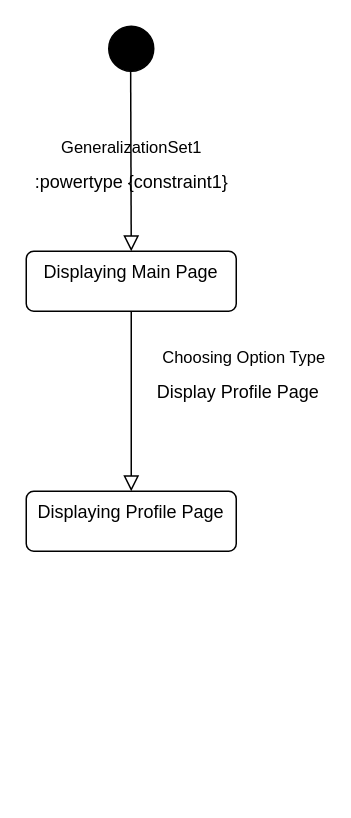
This is Use Case 1.drawio from AbdulmoizTalpur/Tutorial-week-3, a draw.io file, before an edit. Source tidied: cells renumbered, new cells numbered last; positions are measured from the earlier drawing's top-left corner, leaving out a move shared by most shapes. Both pictures are drawn from the tidied source at 150%, with x=0, y=0 at pixel (26, 26).
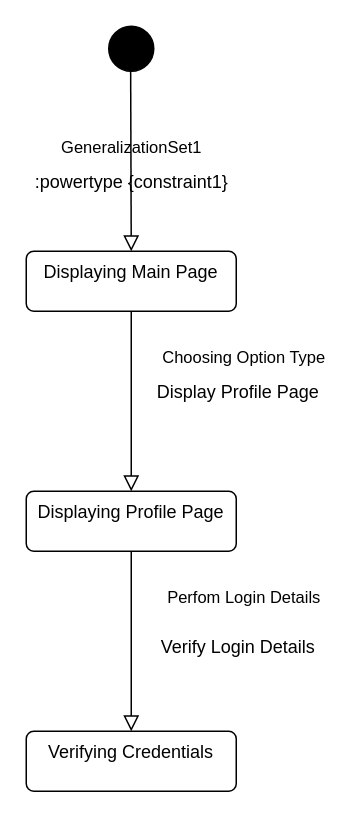
Above is the later version.

Diff of the diagram source:
```diff
@@
 <mxGraphModel>
   <root>
     <mxCell id="0" />
     <mxCell id="1" parent="0" />
     <mxCell id="2" style="ellipse;fillColor=strokeColor;html=1;" parent="1" vertex="1">
       <mxGeometry x="55" width="30" height="30" as="geometry" />
     </mxCell>
     <mxCell id="3" value="GeneralizationSet1" style="endArrow=block;html=1;rounded=0;align=center;verticalAlign=bottom;endFill=0;labelBackgroundColor=none;endSize=8;exitX=0.5;exitY=1;exitDx=0;exitDy=0;" parent="1" edge="1">
       <mxGeometry relative="1" as="geometry">
         <mxPoint x="69.6" y="30" as="sourcePoint" />
         <mxPoint x="70" y="150" as="targetPoint" />
       </mxGeometry>
     </mxCell>
     <mxCell id="4" value=":powertype {constraint1}" style="html=1;align=center;verticalAlign=top;labelBackgroundColor=none;" parent="3" vertex="1">
       <mxGeometry relative="1" as="geometry" />
     </mxCell>
     <mxCell id="5" value="Displaying Main Page" style="html=1;align=center;verticalAlign=top;rounded=1;absoluteArcSize=1;arcSize=10;dashed=0;whiteSpace=wrap;" parent="1" vertex="1">
       <mxGeometry y="150" width="140" height="40" as="geometry" />
     </mxCell>
     <mxCell id="6" value="Displaying Profile Page" style="html=1;align=center;verticalAlign=top;rounded=1;absoluteArcSize=1;arcSize=10;dashed=0;whiteSpace=wrap;" parent="1" vertex="1">
       <mxGeometry y="310" width="140" height="40" as="geometry" />
     </mxCell>
     <mxCell id="7" value="Choosing Option Type" style="endArrow=block;html=1;rounded=0;align=center;verticalAlign=bottom;endFill=0;labelBackgroundColor=none;endSize=8;exitX=0.5;exitY=1;exitDx=0;exitDy=0;entryX=0.5;entryY=0;entryDx=0;entryDy=0;" parent="1" edge="1" source="5" target="6">
       <mxGeometry x="-0.33" y="75" relative="1" as="geometry" />
     </mxCell>
     <mxCell id="8" value="Display Profile Page" style="html=1;align=center;verticalAlign=top;labelBackgroundColor=none;" parent="7" vertex="1">
       <mxGeometry relative="1" as="geometry">
         <mxPoint x="70" y="-20" as="offset" />
       </mxGeometry>
     </mxCell>
+    <mxCell id="9" value="Perfom Login Details" style="endArrow=block;html=1;rounded=0;align=center;verticalAlign=bottom;endFill=0;labelBackgroundColor=none;endSize=8;exitX=0.5;exitY=1;exitDx=0;exitDy=0;entryX=0.5;entryY=0;entryDx=0;entryDy=0;" parent="1" edge="1" source="6" target="11">
+      <mxGeometry x="-0.33" y="75" relative="1" as="geometry" />
+    </mxCell>
+    <mxCell id="10" value="Verify Login Details" style="html=1;align=center;verticalAlign=top;labelBackgroundColor=none;" parent="9" vertex="1">
+      <mxGeometry relative="1" as="geometry">
+        <mxPoint x="70" y="-10" as="offset" />
+      </mxGeometry>
+    </mxCell>
+    <mxCell id="11" value="Verifying Credentials" style="html=1;align=center;verticalAlign=top;rounded=1;absoluteArcSize=1;arcSize=10;dashed=0;whiteSpace=wrap;" parent="1" vertex="1">
+      <mxGeometry y="470" width="140" height="40" as="geometry" />
+    </mxCell>
   </root>
 </mxGraphModel>
```
